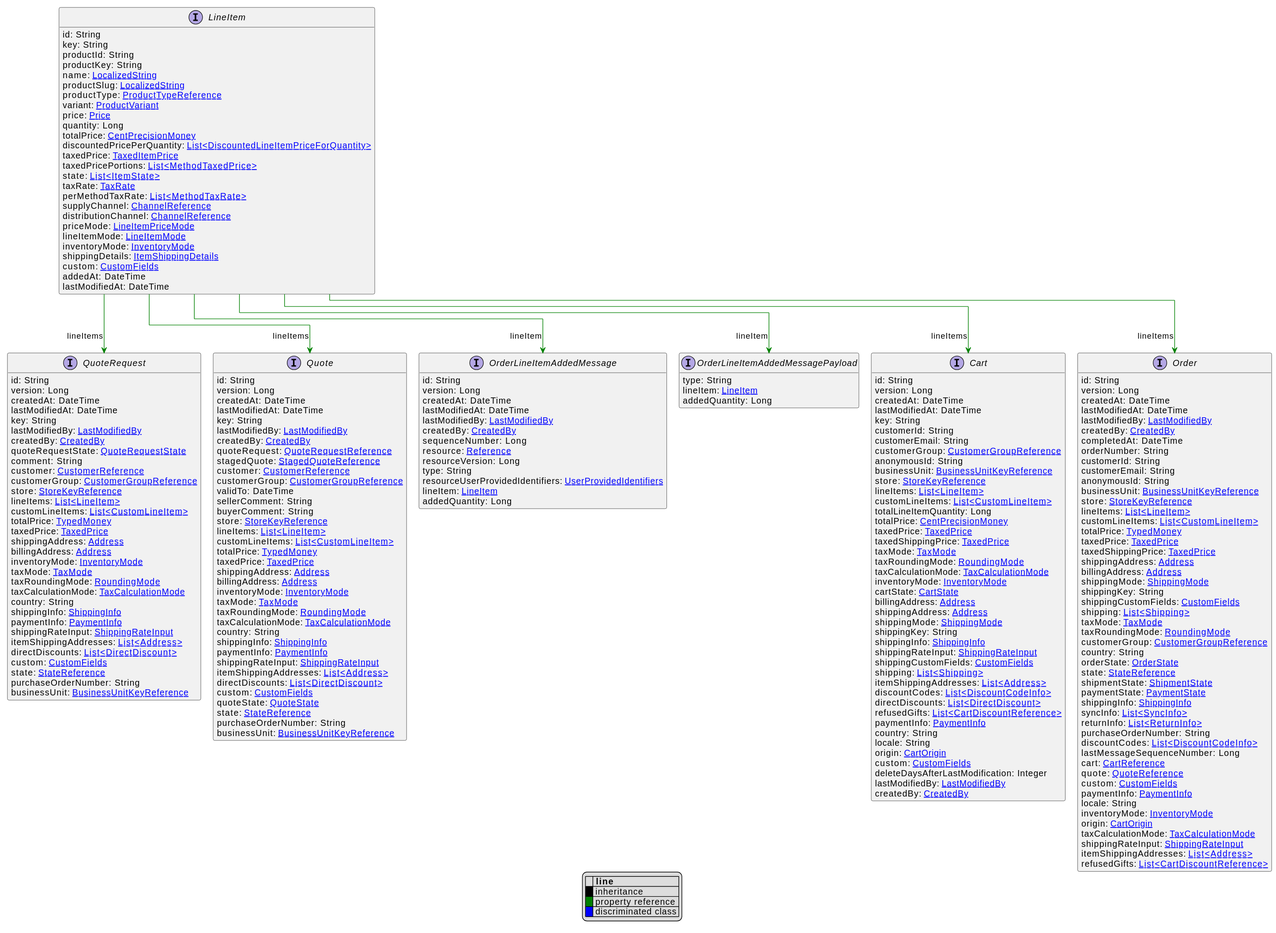
The PlantUML diagram uml/api/svg/LineItem.svg in commercetools/commercetools-api-reference, before a commit.
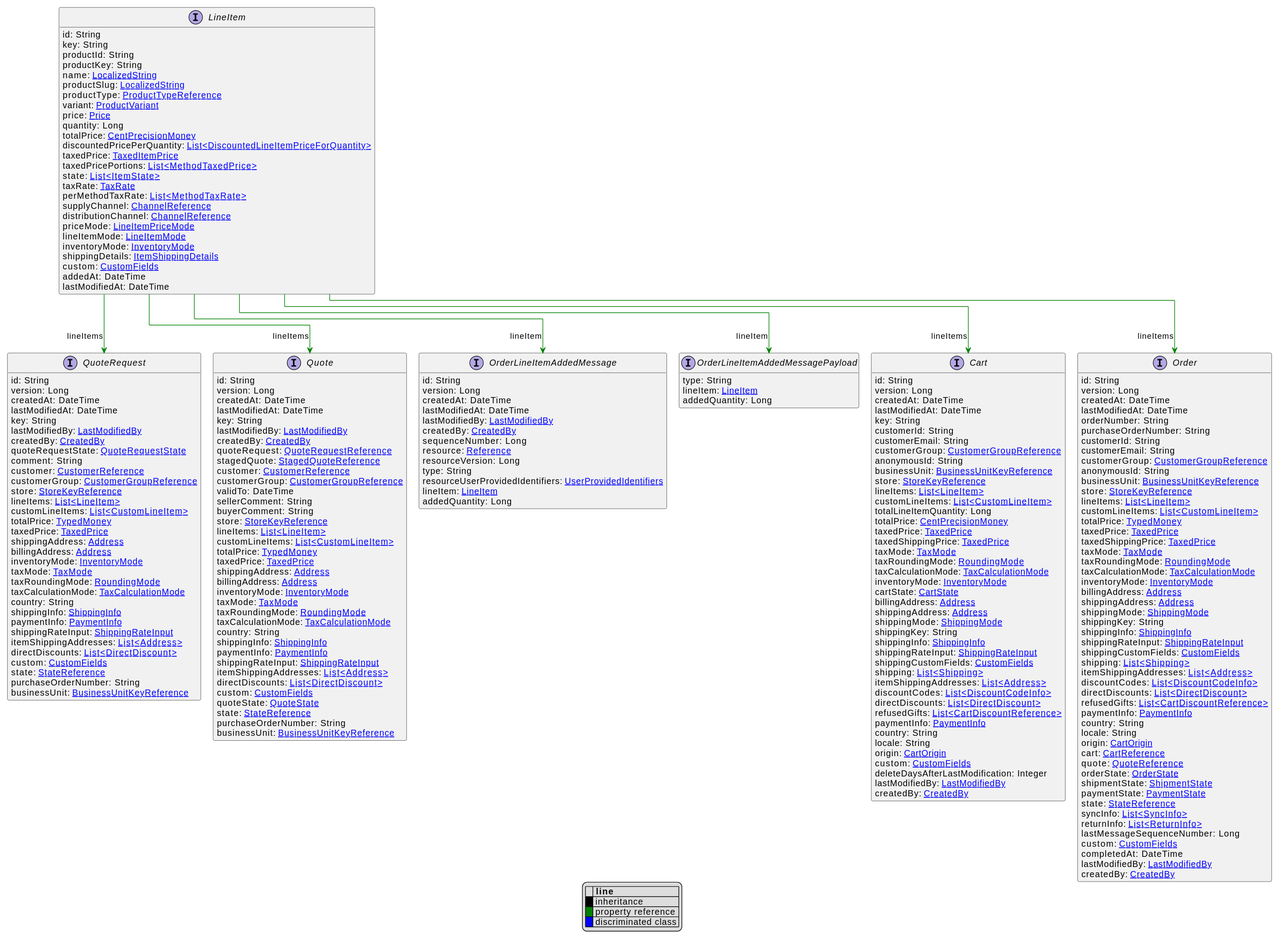
The same file after the commit.

Change to the diagram source:
```diff
@@ -88,12 +88,11 @@
     version: Long
     createdAt: DateTime
     lastModifiedAt: DateTime
-    lastModifiedBy: [[LastModifiedBy.svg LastModifiedBy]]
-    createdBy: [[CreatedBy.svg CreatedBy]]
-    completedAt: DateTime
     orderNumber: String
+    purchaseOrderNumber: String
     customerId: String
     customerEmail: String
+    customerGroup: [[CustomerGroupReference.svg CustomerGroupReference]]
     anonymousId: String
     businessUnit: [[BusinessUnitKeyReference.svg BusinessUnitKeyReference]]
     store: [[StoreKeyReference.svg StoreKeyReference]]
@@ -102,37 +101,39 @@
     totalPrice: [[TypedMoney.svg TypedMoney]]
     taxedPrice: [[TaxedPrice.svg TaxedPrice]]
     taxedShippingPrice: [[TaxedPrice.svg TaxedPrice]]
+    taxMode: [[TaxMode.svg TaxMode]]
+    taxRoundingMode: [[RoundingMode.svg RoundingMode]]
+    taxCalculationMode: [[TaxCalculationMode.svg TaxCalculationMode]]
+    inventoryMode: [[InventoryMode.svg InventoryMode]]
+    billingAddress: [[Address.svg Address]]
     shippingAddress: [[Address.svg Address]]
-    billingAddress: [[Address.svg Address]]
     shippingMode: [[ShippingMode.svg ShippingMode]]
     shippingKey: String
+    shippingInfo: [[ShippingInfo.svg ShippingInfo]]
+    shippingRateInput: [[ShippingRateInput.svg ShippingRateInput]]
     shippingCustomFields: [[CustomFields.svg CustomFields]]
     shipping: [[Shipping.svg List<Shipping>]]
-    taxMode: [[TaxMode.svg TaxMode]]
-    taxRoundingMode: [[RoundingMode.svg RoundingMode]]
-    customerGroup: [[CustomerGroupReference.svg CustomerGroupReference]]
+    itemShippingAddresses: [[Address.svg List<Address>]]
+    discountCodes: [[DiscountCodeInfo.svg List<DiscountCodeInfo>]]
+    directDiscounts: [[DirectDiscount.svg List<DirectDiscount>]]
+    refusedGifts: [[CartDiscountReference.svg List<CartDiscountReference>]]
+    paymentInfo: [[PaymentInfo.svg PaymentInfo]]
     country: String
+    locale: String
+    origin: [[CartOrigin.svg CartOrigin]]
+    cart: [[CartReference.svg CartReference]]
+    quote: [[QuoteReference.svg QuoteReference]]
     orderState: [[OrderState.svg OrderState]]
-    state: [[StateReference.svg StateReference]]
     shipmentState: [[ShipmentState.svg ShipmentState]]
     paymentState: [[PaymentState.svg PaymentState]]
-    shippingInfo: [[ShippingInfo.svg ShippingInfo]]
+    state: [[StateReference.svg StateReference]]
     syncInfo: [[SyncInfo.svg List<SyncInfo>]]
     returnInfo: [[ReturnInfo.svg List<ReturnInfo>]]
-    purchaseOrderNumber: String
-    discountCodes: [[DiscountCodeInfo.svg List<DiscountCodeInfo>]]
     lastMessageSequenceNumber: Long
-    cart: [[CartReference.svg CartReference]]
-    quote: [[QuoteReference.svg QuoteReference]]
     custom: [[CustomFields.svg CustomFields]]
-    paymentInfo: [[PaymentInfo.svg PaymentInfo]]
-    locale: String
-    inventoryMode: [[InventoryMode.svg InventoryMode]]
-    origin: [[CartOrigin.svg CartOrigin]]
-    taxCalculationMode: [[TaxCalculationMode.svg TaxCalculationMode]]
-    shippingRateInput: [[ShippingRateInput.svg ShippingRateInput]]
-    itemShippingAddresses: [[Address.svg List<Address>]]
-    refusedGifts: [[CartDiscountReference.svg List<CartDiscountReference>]]
+    completedAt: DateTime
+    lastModifiedBy: [[LastModifiedBy.svg LastModifiedBy]]
+    createdBy: [[CreatedBy.svg CreatedBy]]
 }
 interface QuoteRequest [[QuoteRequest.svg]]  {
     id: String
```
